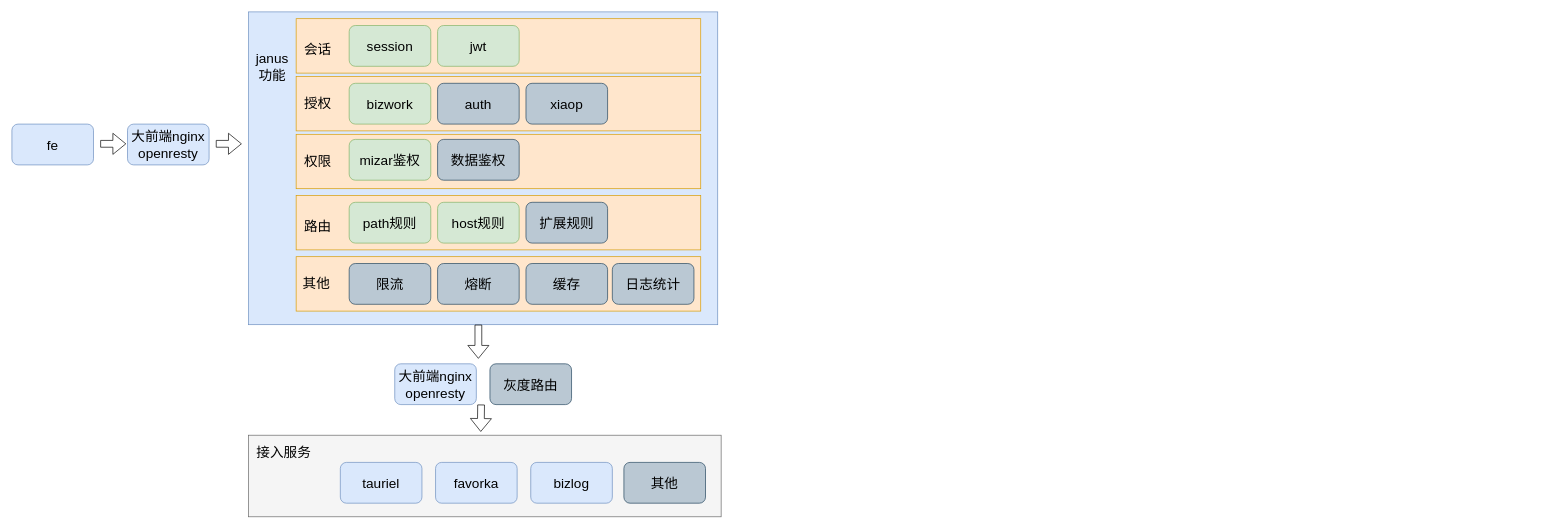
Earlier version of the draw.io diagram janus_gateway.drawio (effyroth/drawio2). Source tidied: cells renumbered, new cells numbered last; positions are measured from the earlier drawing's top-left corner, leaving out a move shared by most shapes. Both pictures are drawn from the tidied source at 68%, with x=0, y=0 at pixel (12, 12).
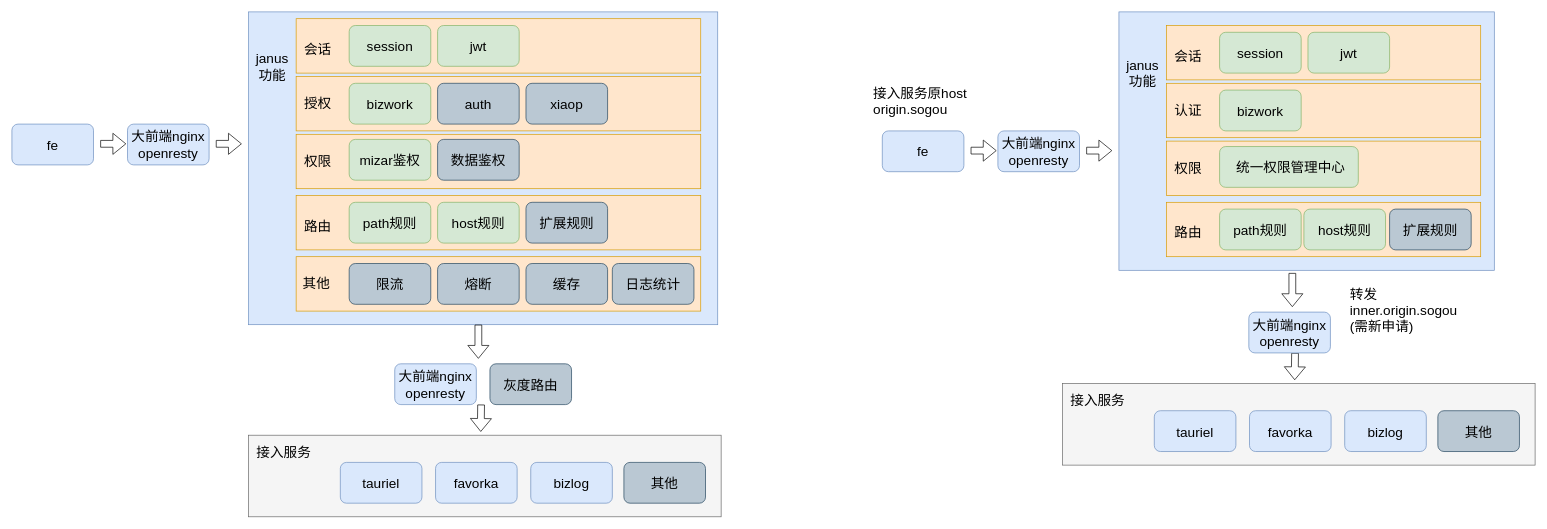
The same page after the edit.

Change to the diagram source:
```diff
@@
+    <mxCell id="42" style="rounded=0;whiteSpace=wrap;html=1;fillColor=#f5f5f5;strokeColor=#666666;fontColor=#333333;glass=0;comic=0;" parent="1" vertex="1">
+      <mxGeometry x="1545" y="546.5" width="695" height="120" as="geometry" />
+    </mxCell>
+    <mxCell id="43" value="&lt;font style=&quot;font-size: 20px&quot;&gt;fe&lt;/font&gt;" style="rounded=1;whiteSpace=wrap;html=1;fillColor=#dae8fc;strokeColor=#6c8ebf;" parent="1" vertex="1">
+      <mxGeometry x="1280" y="175" width="120" height="60" as="geometry" />
+    </mxCell>
+    <mxCell id="44" value="&lt;font style=&quot;font-size: 20px&quot;&gt;tauriel&lt;/font&gt;" style="rounded=1;whiteSpace=wrap;html=1;fillColor=#dae8fc;strokeColor=#6c8ebf;" parent="1" vertex="1">
+      <mxGeometry x="1680" y="586.5" width="120" height="60" as="geometry" />
+    </mxCell>
+    <mxCell id="45" value="&lt;font style=&quot;font-size: 20px&quot;&gt;favorka&lt;/font&gt;" style="rounded=1;whiteSpace=wrap;html=1;fillColor=#dae8fc;strokeColor=#6c8ebf;" parent="1" vertex="1">
+      <mxGeometry x="1820" y="586.5" width="120" height="60" as="geometry" />
+    </mxCell>
+    <mxCell id="46" value="&lt;font style=&quot;font-size: 20px&quot;&gt;bizlog&lt;/font&gt;" style="rounded=1;whiteSpace=wrap;html=1;fillColor=#dae8fc;strokeColor=#6c8ebf;" parent="1" vertex="1">
+      <mxGeometry x="1960" y="586.5" width="120" height="60" as="geometry" />
+    </mxCell>
+    <mxCell id="47" style="rounded=0;whiteSpace=wrap;html=1;fillColor=#dae8fc;strokeColor=#6c8ebf;" parent="1" vertex="1">
+      <mxGeometry x="1628" width="552" height="380" as="geometry" />
+    </mxCell>
+    <mxCell id="48" value="&lt;font style=&quot;font-size: 20px&quot;&gt;janus&lt;br&gt;功能&lt;br&gt;&lt;/font&gt;" style="text;html=1;strokeColor=none;fillColor=none;align=center;verticalAlign=middle;whiteSpace=wrap;rounded=0;" parent="1" vertex="1">
+      <mxGeometry x="1628" y="75" width="70" height="30" as="geometry" />
+    </mxCell>
+    <mxCell id="49" style="rounded=0;whiteSpace=wrap;html=1;fillColor=#ffe6cc;strokeColor=#d79b00;" parent="1" vertex="1">
+      <mxGeometry x="1698" y="20" width="462" height="80" as="geometry" />
+    </mxCell>
+    <mxCell id="50" value="&lt;span style=&quot;font-size: 20px&quot;&gt;session&lt;/span&gt;" style="rounded=1;whiteSpace=wrap;html=1;fillColor=#d5e8d4;strokeColor=#82b366;" parent="1" vertex="1">
+      <mxGeometry x="1776" y="30" width="120" height="60" as="geometry" />
+    </mxCell>
+    <mxCell id="51" style="rounded=0;whiteSpace=wrap;html=1;fillColor=#ffe6cc;strokeColor=#d79b00;" parent="1" vertex="1">
+      <mxGeometry x="1698" y="105" width="462" height="80" as="geometry" />
+    </mxCell>
+    <mxCell id="52" style="rounded=0;whiteSpace=wrap;html=1;fillColor=#ffe6cc;strokeColor=#d79b00;" parent="1" vertex="1">
+      <mxGeometry x="1698" y="190" width="462" height="80" as="geometry" />
+    </mxCell>
+    <mxCell id="53" value="&lt;font style=&quot;font-size: 20px&quot;&gt;bizwork&lt;/font&gt;" style="rounded=1;whiteSpace=wrap;html=1;fillColor=#d5e8d4;strokeColor=#82b366;" parent="1" vertex="1">
+      <mxGeometry x="1776" y="115" width="120" height="60" as="geometry" />
+    </mxCell>
+    <mxCell id="54" value="&lt;div&gt;&lt;font style=&quot;font-size: 20px&quot;&gt;&amp;nbsp;统一权限管理中心&lt;/font&gt;&lt;br&gt;&lt;/div&gt;" style="rounded=1;whiteSpace=wrap;html=1;fillColor=#d5e8d4;strokeColor=#82b366;" parent="1" vertex="1">
+      <mxGeometry x="1776" y="198" width="204" height="60" as="geometry" />
+    </mxCell>
+    <mxCell id="55" value="&lt;span style=&quot;font-size: 20px&quot;&gt;jwt&lt;/span&gt;" style="rounded=1;whiteSpace=wrap;html=1;fillColor=#d5e8d4;strokeColor=#82b366;" parent="1" vertex="1">
+      <mxGeometry x="1906" y="30" width="120" height="60" as="geometry" />
+    </mxCell>
+    <mxCell id="56" style="rounded=0;whiteSpace=wrap;html=1;fillColor=#ffe6cc;strokeColor=#d79b00;" parent="1" vertex="1">
+      <mxGeometry x="1698" y="280" width="462" height="80" as="geometry" />
+    </mxCell>
+    <mxCell id="57" value="&lt;span style=&quot;font-size: 20px&quot;&gt;path规则&lt;/span&gt;" style="rounded=1;whiteSpace=wrap;html=1;fillColor=#d5e8d4;strokeColor=#82b366;" parent="1" vertex="1">
+      <mxGeometry x="1776" y="290" width="120" height="60" as="geometry" />
+    </mxCell>
+    <mxCell id="58" value="&lt;span style=&quot;font-size: 20px&quot;&gt;host规则&lt;/span&gt;" style="rounded=1;whiteSpace=wrap;html=1;fillColor=#d5e8d4;strokeColor=#82b366;" parent="1" vertex="1">
+      <mxGeometry x="1900" y="290" width="120" height="60" as="geometry" />
+    </mxCell>
+    <mxCell id="59" value="&lt;font style=&quot;font-size: 20px&quot;&gt;认证&lt;/font&gt;" style="text;html=1;align=left;verticalAlign=top;spacingTop=-4;" parent="1" vertex="1">
+      <mxGeometry x="1708" y="130" width="60" height="20" as="geometry" />
+    </mxCell>
+    <mxCell id="60" value="&lt;font style=&quot;font-size: 20px&quot;&gt;接入服务&lt;/font&gt;" style="text;html=1;align=left;verticalAlign=top;spacingTop=-4;" parent="1" vertex="1">
+      <mxGeometry x="1555" y="556.5" width="100" height="20" as="geometry" />
+    </mxCell>
+    <mxCell id="61" style="shape=flexArrow;endArrow=classic;html=1;" parent="1" edge="1">
+      <mxGeometry relative="1" as="geometry">
+        <mxPoint x="1410" y="204" as="sourcePoint" />
+        <mxPoint x="1448" y="204" as="targetPoint" />
+      </mxGeometry>
+    </mxCell>
+    <mxCell id="62" style="shape=flexArrow;endArrow=classic;html=1;" parent="1" edge="1">
+      <mxGeometry relative="1" as="geometry">
+        <mxPoint x="1887" y="501.5" as="sourcePoint" />
+        <mxPoint x="1886.5" y="541.5" as="targetPoint" />
+      </mxGeometry>
+    </mxCell>
+    <mxCell id="63" value="&lt;span style=&quot;font-size: 20px&quot;&gt;扩展规则&lt;/span&gt;" style="rounded=1;whiteSpace=wrap;html=1;fillColor=#bac8d3;strokeColor=#23445d;" parent="1" vertex="1">
+      <mxGeometry x="2026" y="290" width="120" height="60" as="geometry" />
+    </mxCell>
+    <mxCell id="64" value="&lt;font style=&quot;font-size: 20px&quot;&gt;路由&lt;/font&gt;" style="text;html=1;align=left;verticalAlign=top;spacingTop=-4;" parent="1" vertex="1">
+      <mxGeometry x="1708" y="310" width="60" height="20" as="geometry" />
+    </mxCell>
+    <mxCell id="65" value="&lt;span style=&quot;font-size: 20px&quot;&gt;权限&lt;/span&gt;" style="text;html=1;align=left;verticalAlign=top;spacingTop=-4;" parent="1" vertex="1">
+      <mxGeometry x="1708" y="215" width="60" height="20" as="geometry" />
+    </mxCell>
+    <mxCell id="66" value="&lt;span style=&quot;font-size: 20px&quot;&gt;会话&lt;/span&gt;" style="text;html=1;align=left;verticalAlign=top;spacingTop=-4;" parent="1" vertex="1">
+      <mxGeometry x="1708" y="50" width="60" height="20" as="geometry" />
+    </mxCell>
+    <mxCell id="67" value="&lt;font style=&quot;font-size: 20px&quot;&gt;大前端nginx&lt;br&gt;openresty&lt;br&gt;&lt;/font&gt;" style="rounded=1;whiteSpace=wrap;html=1;fillColor=#dae8fc;strokeColor=#6c8ebf;" parent="1" vertex="1">
+      <mxGeometry x="1450" y="175" width="120" height="60" as="geometry" />
+    </mxCell>
+    <mxCell id="68" value="&lt;font style=&quot;font-size: 20px&quot;&gt;大前端nginx&lt;br&gt;openresty&lt;br&gt;&lt;/font&gt;" style="rounded=1;whiteSpace=wrap;html=1;fillColor=#dae8fc;strokeColor=#6c8ebf;" parent="1" vertex="1">
+      <mxGeometry x="1819" y="441.5" width="120" height="60" as="geometry" />
+    </mxCell>
+    <mxCell id="69" style="shape=flexArrow;endArrow=classic;html=1;" parent="1" edge="1">
+      <mxGeometry relative="1" as="geometry">
+        <mxPoint x="1883" y="384" as="sourcePoint" />
+        <mxPoint x="1883" y="434" as="targetPoint" />
+      </mxGeometry>
+    </mxCell>
+    <mxCell id="70" style="shape=flexArrow;endArrow=classic;html=1;" parent="1" edge="1">
+      <mxGeometry relative="1" as="geometry">
+        <mxPoint x="1580" y="204" as="sourcePoint" />
+        <mxPoint x="1618" y="204" as="targetPoint" />
+      </mxGeometry>
+    </mxCell>
+    <mxCell id="71" value="&lt;span style=&quot;font-size: 20px&quot;&gt;其他&lt;/span&gt;" style="rounded=1;whiteSpace=wrap;html=1;fillColor=#bac8d3;strokeColor=#23445d;" parent="1" vertex="1">
+      <mxGeometry x="2097" y="586.5" width="120" height="60" as="geometry" />
+    </mxCell>
+    <mxCell id="72" value="&lt;font style=&quot;font-size: 20px&quot;&gt;接入服务原host&lt;br&gt;origin.sogou&lt;/font&gt;" style="text;html=1;align=left;verticalAlign=top;spacingTop=-4;" parent="1" vertex="1">
+      <mxGeometry x="1265" y="105" width="150" height="40" as="geometry" />
+    </mxCell>
+    <mxCell id="73" value="&lt;font style=&quot;font-size: 20px&quot;&gt;转发&lt;br&gt;inner.origin.sogou&lt;br&gt;(需新申请)&lt;br&gt;&lt;/font&gt;" style="text;html=1;align=left;verticalAlign=top;spacingTop=-4;" parent="1" vertex="1">
+      <mxGeometry x="1966" y="400" width="170" height="50" as="geometry" />
+    </mxCell>
```
